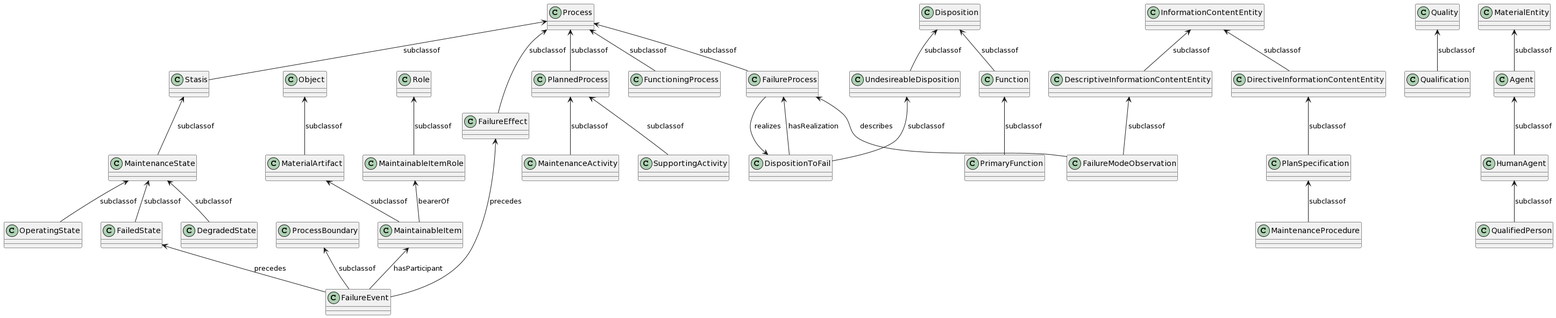
Before: maintenance/MaintenanceDevClassDiagram.png, a diagram exported from PlantUML (iofoundry/ontology).
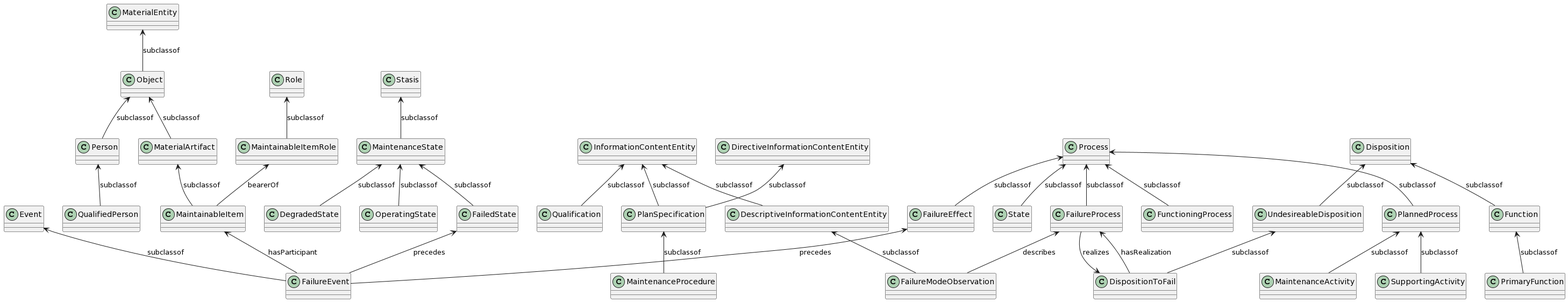
After the commit.

Commit message:
update plant uml

The edit, as a diff of the source:
```diff
@@ -2,36 +2,34 @@
 class InformationContentEntity
 class DescriptiveInformationContentEntity
 class FailureModeObservation
-class DirectiveInformationContentEntity
 class PlanSpecification
 class MaintenanceProcedure
+class InformationContentEntity
+class Qualification
+
+
 
 DescriptiveInformationContentEntity -u-> InformationContentEntity : "subclassof"
-DirectiveInformationContentEntity -u-> InformationContentEntity : "subclassof"
+PlanSpecification -u-> InformationContentEntity : "subclassof"
 FailureModeObservation -u-> DescriptiveInformationContentEntity : "subclassof"
 PlanSpecification -u-> DirectiveInformationContentEntity : "subclassof"
 MaintenanceProcedure -u-> PlanSpecification : "subclassof"
+Qualification -u-> InformationContentEntity : "subclassof"
 
 class MaterialEntity
-class Agent
-class HumanAgent
-class QualifiedPerson
-
-Agent -u-> MaterialEntity : "subclassof"
-HumanAgent -u-> Agent : "subclassof"
-QualifiedPerson -u-> HumanAgent : "subclassof"
-
 class Object
 class MaterialArtifact
 class MaintainableItem
+class Person
 
+Object -u-> MaterialEntity : "subclassof"
 MaterialArtifact -u-> Object : "subclassof"
 MaintainableItem -u-> MaterialArtifact : "subclassof"
+Person -u-> Object : "subclassof"
+QualifiedPerson -u-> Person : "subclassof"
 
-class Quality
-class Qualification
 
-Qualification -u-> Quality : "subclassof"
+
 
 class Disposition
 class Function
@@ -69,16 +67,16 @@
 MaintenanceActivity -u-> PlannedProcess : "subclassof"
 SupportingActivity -u-> PlannedProcess : "subclassof"
 
-Stasis -u-> Process : "subclassof"
+State -u-> Process : "subclassof"
 MaintenanceState -u-> Stasis : "subclassof"
 DegradedState -u-> MaintenanceState : "subclassof"
 FailedState -u-> MaintenanceState : "subclassof"
 OperatingState -u-> MaintenanceState : "subclassof"
 
-class ProcessBoundary
+class Event
 class FailureEvent
 
-FailureEvent -u-> ProcessBoundary : "subclassof"
+FailureEvent -u-> Event : "subclassof"
 
 FailureModeObservation -u-> FailureProcess : "describes"
 MaintainableItem -u-> MaintainableItemRole : "bearerOf"
```
